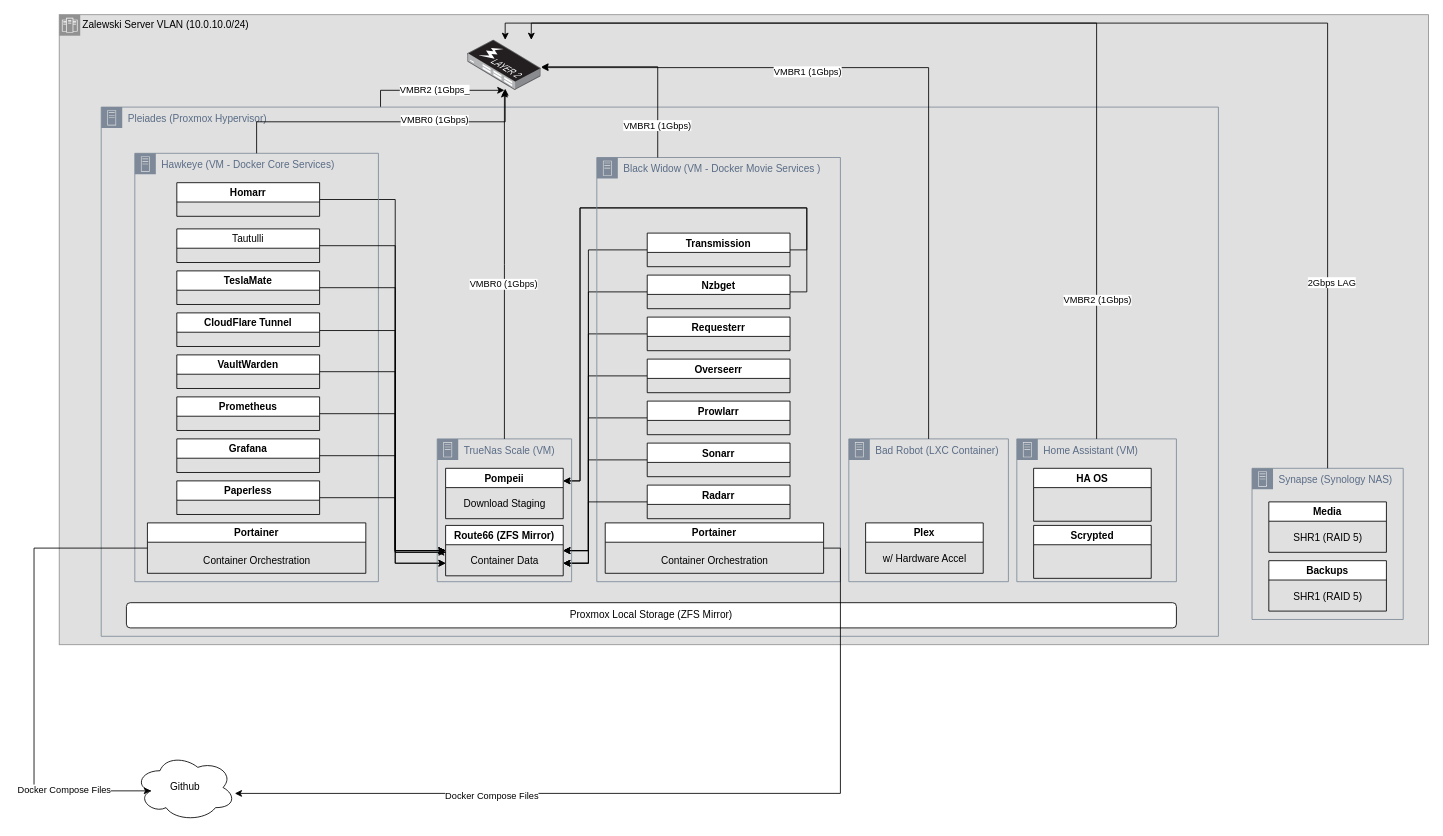
The draw.io diagram Untitled Diagram.drawio in mark-zalewski/proxmox, before the edit. Source tidied: cells renumbered, new cells numbered last; positions are measured from the earlier drawing's top-left corner, leaving out a move shared by most shapes. Both pictures are drawn from the tidied source at 84%, with x=0, y=0 at pixel (34, 14).
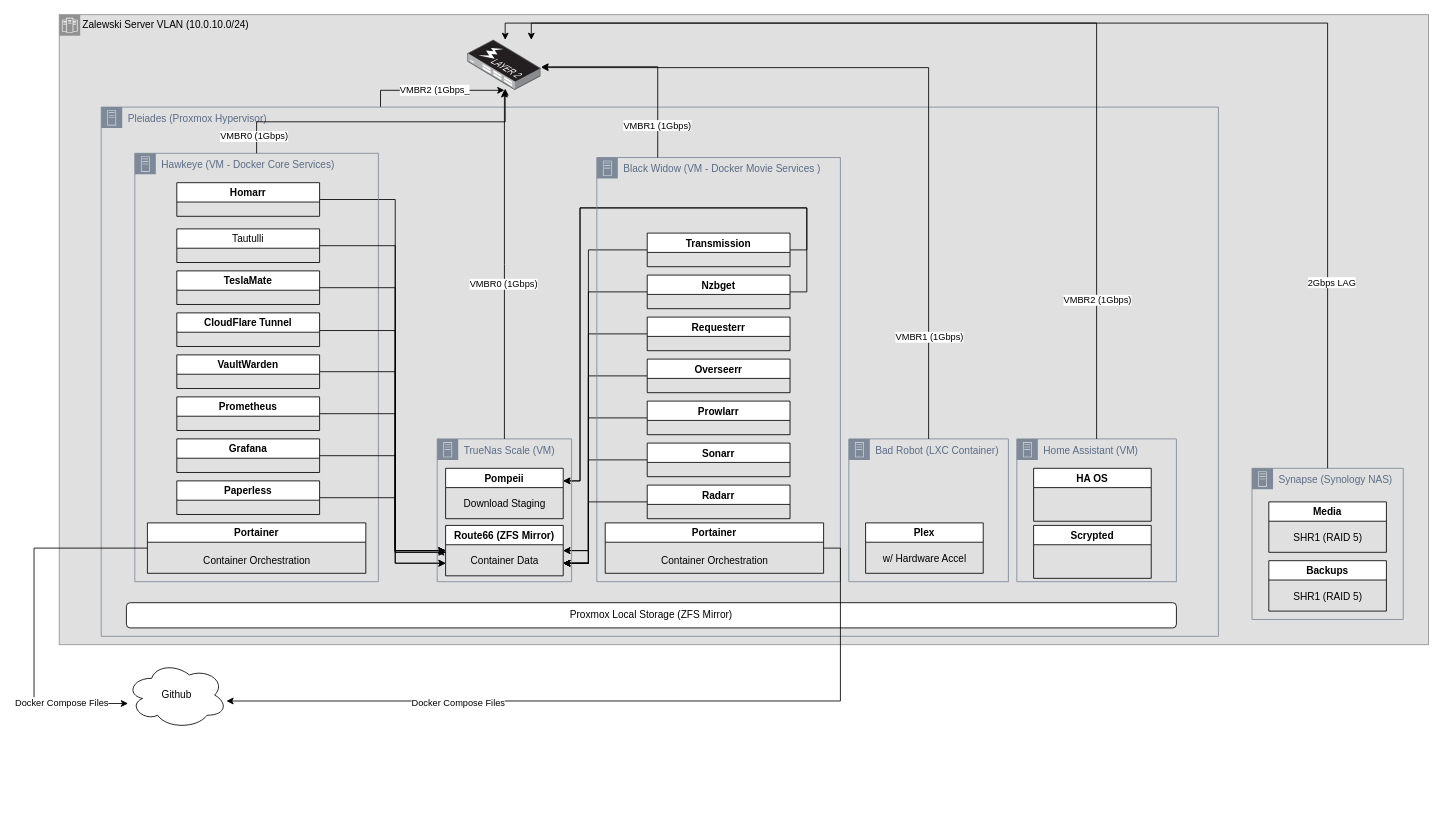
The same page after the edit.

Commit message:
Zalewski Cloud

Unchanged cells that the change refers to:
```xml
<mxCell id="2" value="Zalewski Server VLAN (10.0.10.0/24)" style="shape=mxgraph.ibm.box;prType=zone;fontStyle=0;verticalAlign=top;align=left;spacingLeft=32;spacingTop=4;fillColor=#E0E0E0;rounded=0;whiteSpace=wrap;html=1;strokeColor=#919191;strokeWidth=1;dashed=0;spacing=-4;" parent="1" vertex="1">
  <mxGeometry x="30" width="1630" height="750" as="geometry" />
</mxCell>
<mxCell id="22" value="Route66 (ZFS Mirror)" style="swimlane;" parent="2" vertex="1">
  <mxGeometry x="460" y="608" width="140" height="60" as="geometry" />
</mxCell>
<mxCell id="27" value="Prowlarr" style="swimlane;" parent="2" vertex="1">
  <mxGeometry x="700" y="460" width="170" height="40" as="geometry" />
</mxCell>
<mxCell id="39" value="Portainer" style="swimlane;" parent="38" vertex="1">
  <mxGeometry x="15" y="440" width="260" height="60" as="geometry" />
</mxCell>
<mxCell id="53" value="Radarr" style="swimlane;" parent="52" vertex="1">
  <mxGeometry x="60" y="390" width="170" height="40" as="geometry" />
</mxCell>
<mxCell id="60" style="edgeStyle=orthogonalEdgeStyle;rounded=0;jettySize=auto;html=1;exitX=0.5;exitY=0;exitDx=0;exitDy=0;entryX=1.003;entryY=0.55;entryDx=0;entryDy=0;entryPerimeter=0;" parent="1" edge="1" source="51" target="30">
  <mxGeometry relative="1" as="geometry" />
</mxCell>
<mxCell id="74" style="edgeStyle=orthogonalEdgeStyle;rounded=0;jettySize=auto;html=1;exitX=0.5;exitY=0;exitDx=0;exitDy=0;entryX=0.511;entryY=0.967;entryDx=0;entryDy=0;entryPerimeter=0;" parent="1" edge="1" source="38" target="30">
  <mxGeometry relative="1" as="geometry" />
</mxCell>
```

Diff of the diagram source:
```diff
@@
-    <mxCell id="26" style="edgeStyle=orthogonalEdgeStyle;rounded=0;jettySize=auto;html=1;exitX=0;exitY=0.5;exitDx=0;exitDy=0;entryX=1;entryY=0.5;entryDx=0;entryDy=0;" parent="2" edge="1" source="27" target="22">
+    <mxCell id="26" style="edgeStyle=orthogonalEdgeStyle;rounded=0;jettySize=auto;html=1;exitX=0;exitY=0.5;exitDx=0;exitDy=0;entryX=1;entryY=0.75;entryDx=0;entryDy=0;" parent="2" edge="1" source="27" target="22">
       <mxGeometry relative="1" as="geometry">
         <Array as="points">
           <mxPoint x="630" y="480" />
-          <mxPoint x="630" y="638" />
+          <mxPoint x="630" y="653" />
         </Array>
       </mxGeometry>
     </mxCell>
@@
     <mxCell id="57" value="Github" style="ellipse;shape=cloud;whiteSpace=wrap;html=1;" parent="1" vertex="1">
-      <mxGeometry x="120" y="880" width="120" height="80" as="geometry" />
+      <mxGeometry x="110" y="770" width="120" height="80" as="geometry" />
     </mxCell>
@@
     <mxCell id="61" value="VMBR1 (1Gbps)" style="edgeLabel;html=1;align=center;verticalAlign=middle;" parent="60" vertex="1">
-      <mxGeometry x="0.3" y="4" relative="1" as="geometry" />
+      <mxGeometry x="-0.73" relative="1" as="geometry" />
     </mxCell>
@@
-    <mxCell id="69" style="edgeStyle=orthogonalEdgeStyle;rounded=0;jettySize=auto;html=1;exitX=0;exitY=0.5;exitDx=0;exitDy=0;entryX=1;entryY=0.5;entryDx=0;entryDy=0;" parent="1" edge="1" source="53" target="22">
-      <mxGeometry relative="1" as="geometry">
-        <Array as="points">
-          <mxPoint x="660" y="580" />
-          <mxPoint x="660" y="638" />
-        </Array>
-      </mxGeometry>
-    </mxCell>
@@
-    <mxCell id="72" style="edgeStyle=orthogonalEdgeStyle;rounded=0;jettySize=auto;html=1;exitX=0;exitY=0.5;exitDx=0;exitDy=0;entryX=0.16;entryY=0.55;entryDx=0;entryDy=0;entryPerimeter=0;" parent="1" edge="1" source="39" target="57">
+    <mxCell id="72" style="edgeStyle=orthogonalEdgeStyle;rounded=0;jettySize=auto;html=1;exitX=0;exitY=0.5;exitDx=0;exitDy=0;" parent="1" edge="1" source="39" target="57">
       <mxGeometry relative="1" as="geometry">
         <Array as="points">
           <mxPoint y="635" />
-          <mxPoint y="924" />
+          <mxPoint y="820" />
         </Array>
       </mxGeometry>
     </mxCell>
@@
     <mxCell id="75" value="VMBR0 (1Gbps)" style="edgeLabel;html=1;align=center;verticalAlign=middle;" parent="74" vertex="1">
-      <mxGeometry x="0.33" y="3" relative="1" as="geometry">
-        <mxPoint x="1" y="1" as="offset" />
-      </mxGeometry>
+      <mxGeometry x="-0.89" y="4" relative="1" as="geometry" />
     </mxCell>
@@
+    <mxCell id="69" style="edgeStyle=orthogonalEdgeStyle;rounded=0;jettySize=auto;html=1;exitX=0;exitY=0.5;exitDx=0;exitDy=0;entryX=1;entryY=0.75;entryDx=0;entryDy=0;" parent="1" edge="1" source="53" target="22">
+      <mxGeometry relative="1" as="geometry">
+        <Array as="points">
+          <mxPoint x="660" y="580" />
+          <mxPoint x="660" y="653" />
+        </Array>
+      </mxGeometry>
+    </mxCell>
```
